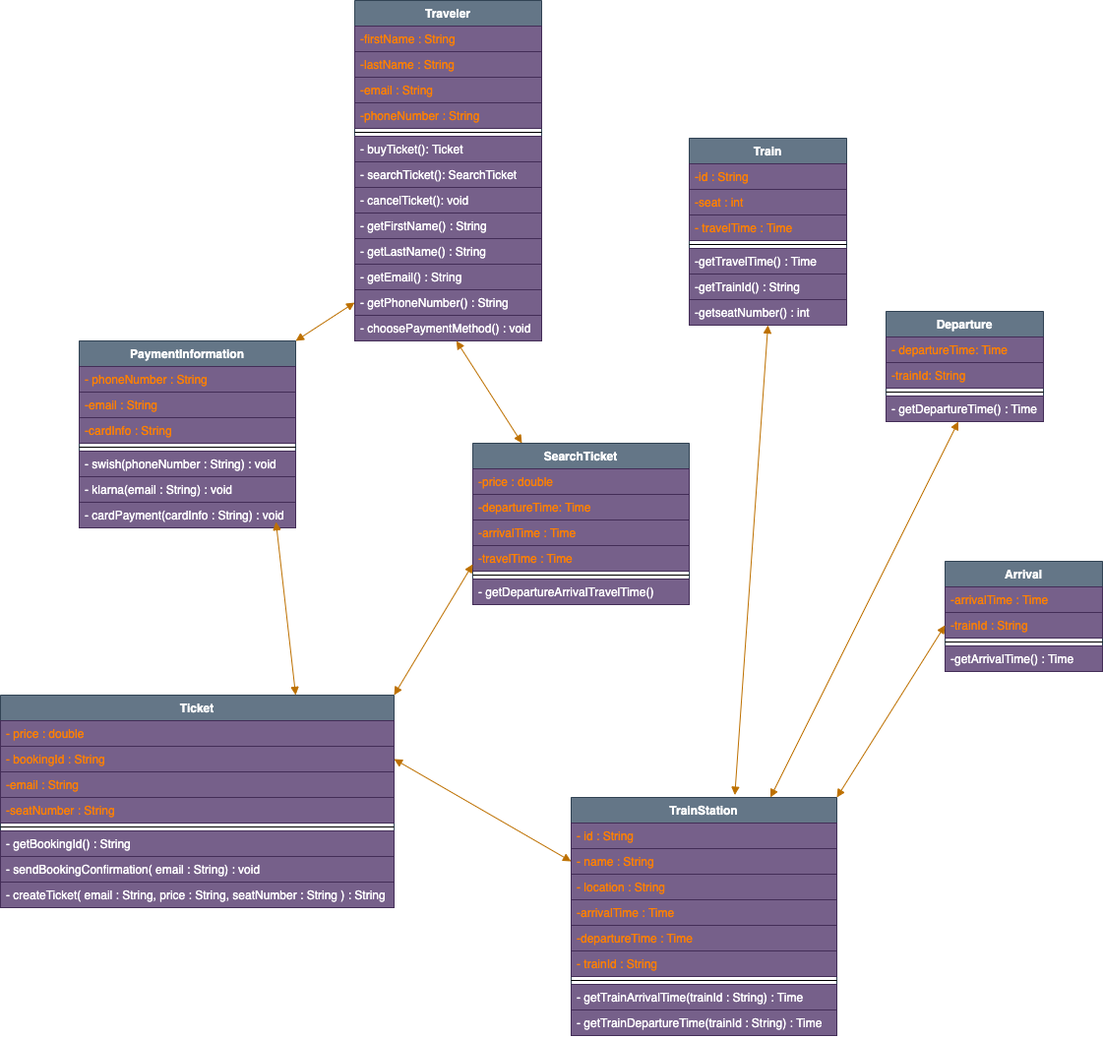
This is UMLdiagramTH2103G3.drawio.png from Sena-AH/TH2103-G3-ExpressTrain, a draw.io export, as it was before one commit. Source tidied: cells renumbered, new cells last; positions are measured from the earlier drawing's top-left corner, leaving out a move shared by most shapes.
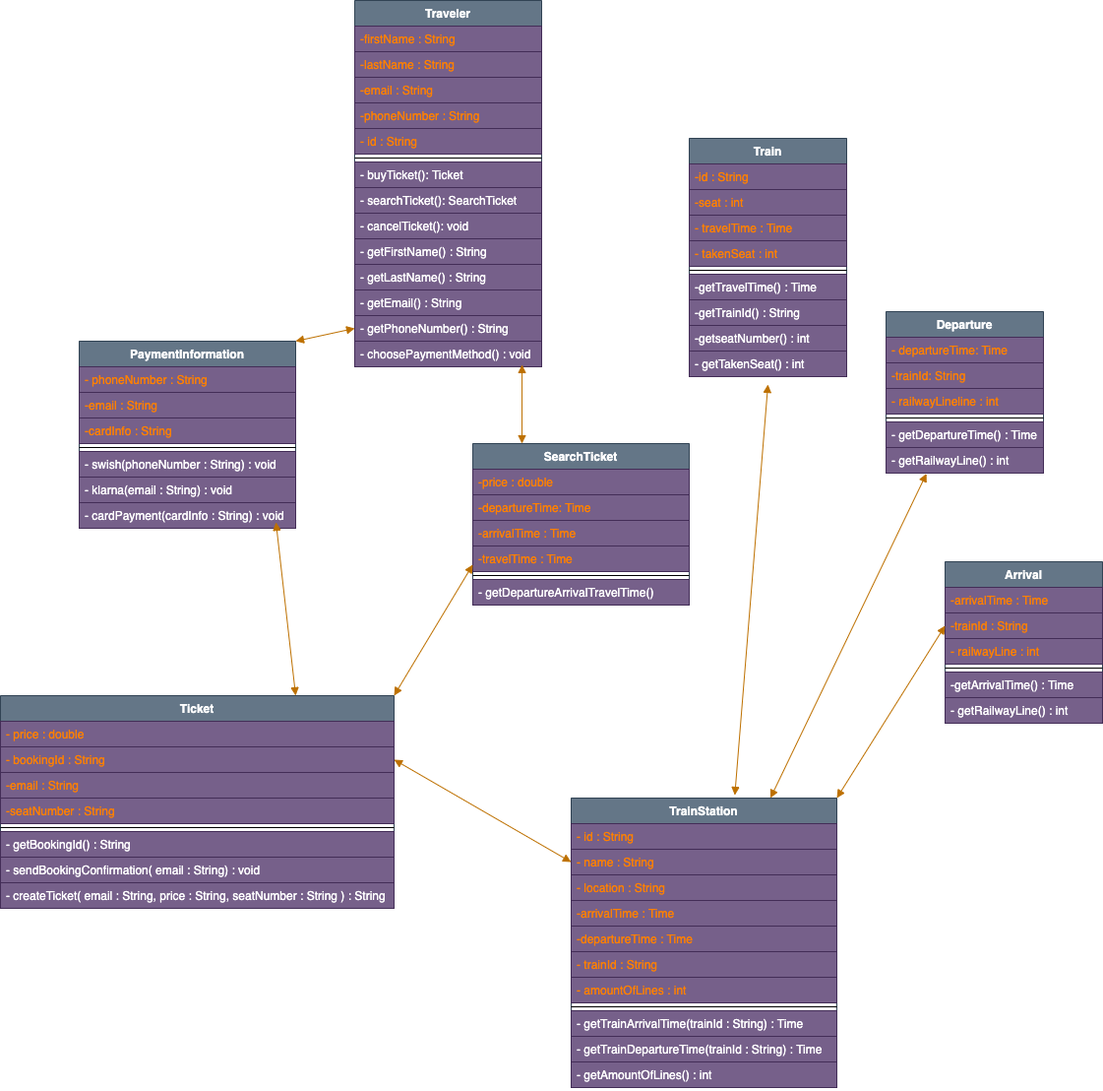
The same file after the commit.

Commit message:
Co-coding: updated diagrams

Diff of the diagram source:
```diff
@@ -3,7 +3,7 @@
     <mxCell id="0" />
     <mxCell id="1" parent="0" />
     <mxCell id="2" value="Traveler" style="swimlane;fontStyle=1;align=center;verticalAlign=top;horizontal=1;startSize=26;fillColor=#647687;strokeColor=#314354;fontColor=#ffffff;" parent="1" vertex="1">
-      <mxGeometry x="360" width="190" height="346" as="geometry" />
+      <mxGeometry x="360" width="190" height="372" as="geometry" />
     </mxCell>
     <mxCell id="3" value="-firstName : String" style="text;strokeColor=#432D57;fillColor=#76608a;align=left;verticalAlign=top;spacingLeft=4;spacingRight=4;overflow=hidden;fontColor=#FF8000;" parent="2" vertex="1">
       <mxGeometry y="26" width="190" height="26" as="geometry" />
@@ -17,35 +17,38 @@
     <mxCell id="6" value="-phoneNumber : String" style="text;strokeColor=#432D57;fillColor=#76608a;align=left;verticalAlign=top;spacingLeft=4;spacingRight=4;overflow=hidden;fontColor=#FF8000;" parent="2" vertex="1">
       <mxGeometry y="104" width="190" height="26" as="geometry" />
     </mxCell>
+    <mxCell id="76" value="- id : String" style="text;strokeColor=#432D57;fillColor=#76608a;align=left;verticalAlign=top;spacingLeft=4;spacingRight=4;overflow=hidden;fontColor=#FF8000;" parent="2" vertex="1">
+      <mxGeometry y="130" width="190" height="26" as="geometry" />
+    </mxCell>
     <mxCell id="7" style="line;strokeWidth=1;fillColor=none;align=left;verticalAlign=middle;spacingTop=-1;spacingLeft=3;spacingRight=3;labelPosition=right;" parent="2" vertex="1">
-      <mxGeometry y="130" width="190" height="8" as="geometry" />
+      <mxGeometry y="156" width="190" height="8" as="geometry" />
     </mxCell>
     <mxCell id="8" value="- buyTicket(): Ticket" style="text;strokeColor=#432D57;fillColor=#76608a;align=left;verticalAlign=top;spacingLeft=4;spacingRight=4;overflow=hidden;fontColor=#ffffff;" parent="2" vertex="1">
-      <mxGeometry y="138" width="190" height="26" as="geometry" />
+      <mxGeometry y="164" width="190" height="26" as="geometry" />
     </mxCell>
     <mxCell id="9" value="- searchTicket(): SearchTicket" style="text;strokeColor=#432D57;fillColor=#76608a;align=left;verticalAlign=top;spacingLeft=4;spacingRight=4;overflow=hidden;fontColor=#ffffff;" parent="2" vertex="1">
-      <mxGeometry y="164" width="190" height="26" as="geometry" />
+      <mxGeometry y="190" width="190" height="26" as="geometry" />
     </mxCell>
     <mxCell id="10" value="- cancelTicket(): void" style="text;strokeColor=#432D57;fillColor=#76608a;align=left;verticalAlign=top;spacingLeft=4;spacingRight=4;overflow=hidden;fontColor=#ffffff;" parent="2" vertex="1">
-      <mxGeometry y="190" width="190" height="26" as="geometry" />
+      <mxGeometry y="216" width="190" height="26" as="geometry" />
     </mxCell>
     <mxCell id="11" value="- getFirstName() : String" style="text;strokeColor=#432D57;fillColor=#76608a;align=left;verticalAlign=top;spacingLeft=4;spacingRight=4;overflow=hidden;fontColor=#ffffff;" parent="2" vertex="1">
-      <mxGeometry y="216" width="190" height="26" as="geometry" />
+      <mxGeometry y="242" width="190" height="26" as="geometry" />
     </mxCell>
     <mxCell id="12" value="- getLastName() : String" style="text;strokeColor=#432D57;fillColor=#76608a;align=left;verticalAlign=top;spacingLeft=4;spacingRight=4;overflow=hidden;fontColor=#ffffff;" parent="2" vertex="1">
-      <mxGeometry y="242" width="190" height="26" as="geometry" />
+      <mxGeometry y="268" width="190" height="26" as="geometry" />
     </mxCell>
     <mxCell id="13" value="- getEmail() : String" style="text;strokeColor=#432D57;fillColor=#76608a;align=left;verticalAlign=top;spacingLeft=4;spacingRight=4;overflow=hidden;fontColor=#ffffff;" parent="2" vertex="1">
-      <mxGeometry y="268" width="190" height="26" as="geometry" />
+      <mxGeometry y="294" width="190" height="26" as="geometry" />
     </mxCell>
     <mxCell id="14" value="- getPhoneNumber() : String" style="text;strokeColor=#432D57;fillColor=#76608a;align=left;verticalAlign=top;spacingLeft=4;spacingRight=4;overflow=hidden;points=[[0,0.5],[1,0.5]];portConstraint=eastwest;fontColor=#ffffff;" parent="2" vertex="1">
-      <mxGeometry y="294" width="190" height="26" as="geometry" />
+      <mxGeometry y="320" width="190" height="26" as="geometry" />
     </mxCell>
     <mxCell id="15" value="- choosePaymentMethod() : void" style="text;strokeColor=#432D57;fillColor=#76608a;align=left;verticalAlign=top;spacingLeft=4;spacingRight=4;overflow=hidden;points=[[0,0.5],[1,0.5]];portConstraint=eastwest;fontColor=#ffffff;" parent="2" vertex="1">
-      <mxGeometry y="320" width="190" height="26" as="geometry" />
+      <mxGeometry y="346" width="190" height="26" as="geometry" />
     </mxCell>
     <mxCell id="16" value="Train&#10;" style="swimlane;fontStyle=1;align=center;verticalAlign=top;horizontal=1;startSize=26;fillColor=#647687;strokeColor=#314354;fontColor=#ffffff;" parent="1" vertex="1">
-      <mxGeometry x="700" y="140" width="160" height="190" as="geometry" />
+      <mxGeometry x="700" y="140" width="160" height="242" as="geometry" />
     </mxCell>
     <mxCell id="17" value="-id : String" style="text;strokeColor=#432D57;fillColor=#76608a;align=left;verticalAlign=top;spacingLeft=4;spacingRight=4;overflow=hidden;fontColor=#FF8000;" parent="16" vertex="1">
       <mxGeometry y="26" width="160" height="26" as="geometry" />
@@ -56,20 +59,26 @@
     <mxCell id="19" value="- travelTime : Time" style="text;strokeColor=#432D57;fillColor=#76608a;align=left;verticalAlign=top;spacingLeft=4;spacingRight=4;overflow=hidden;fontColor=#FF8000;" parent="16" vertex="1">
       <mxGeometry y="78" width="160" height="26" as="geometry" />
     </mxCell>
+    <mxCell id="77" value="- takenSeat : int" style="text;strokeColor=#432D57;fillColor=#76608a;align=left;verticalAlign=top;spacingLeft=4;spacingRight=4;overflow=hidden;fontColor=#FF8000;" parent="16" vertex="1">
+      <mxGeometry y="104" width="160" height="26" as="geometry" />
+    </mxCell>
     <mxCell id="20" style="line;strokeWidth=1;fillColor=none;align=left;verticalAlign=middle;spacingTop=-1;spacingLeft=3;spacingRight=3;labelPosition=right;" parent="16" vertex="1">
-      <mxGeometry y="104" width="160" height="8" as="geometry" />
+      <mxGeometry y="130" width="160" height="8" as="geometry" />
     </mxCell>
     <mxCell id="21" value="-getTravelTime() : Time" style="text;strokeColor=#432D57;fillColor=#76608a;align=left;verticalAlign=top;spacingLeft=4;spacingRight=4;overflow=hidden;fontColor=#ffffff;" parent="16" vertex="1">
-      <mxGeometry y="112" width="160" height="26" as="geometry" />
+      <mxGeometry y="138" width="160" height="26" as="geometry" />
     </mxCell>
     <mxCell id="22" value="-getTrainId() : String" style="text;strokeColor=#432D57;fillColor=#76608a;align=left;verticalAlign=top;spacingLeft=4;spacingRight=4;overflow=hidden;fontColor=#ffffff;" parent="16" vertex="1">
-      <mxGeometry y="138" width="160" height="26" as="geometry" />
+      <mxGeometry y="164" width="160" height="26" as="geometry" />
     </mxCell>
+    <mxCell id="78" value="-getseatNumber() : int" style="text;strokeColor=#432D57;fillColor=#76608a;align=left;verticalAlign=top;spacingLeft=4;spacingRight=4;overflow=hidden;fontColor=#ffffff;" parent="16" vertex="1">
+      <mxGeometry y="190" width="160" height="26" as="geometry" />
+    </mxCell>
-    <mxCell id="23" value="-getseatNumber() : int" style="text;strokeColor=#432D57;fillColor=#76608a;align=left;verticalAlign=top;spacingLeft=4;spacingRight=4;overflow=hidden;fontColor=#ffffff;" parent="16" vertex="1">
-      <mxGeometry y="164" width="160" height="26" as="geometry" />
+    <mxCell id="23" value="- getTakenSeat() : int" style="text;strokeColor=#432D57;fillColor=#76608a;align=left;verticalAlign=top;spacingLeft=4;spacingRight=4;overflow=hidden;fontColor=#ffffff;" parent="16" vertex="1">
+      <mxGeometry y="216" width="160" height="26" as="geometry" />
     </mxCell>
     <mxCell id="24" value="Arrival" style="swimlane;fontStyle=1;align=center;verticalAlign=top;horizontal=1;startSize=26;fillColor=#647687;strokeColor=#314354;fontColor=#ffffff;" parent="1" vertex="1">
-      <mxGeometry x="960" y="570" width="160" height="112" as="geometry" />
+      <mxGeometry x="960" y="570" width="160" height="164" as="geometry" />
     </mxCell>
     <mxCell id="25" value="-arrivalTime : Time" style="text;strokeColor=#432D57;fillColor=#76608a;align=left;verticalAlign=top;spacingLeft=4;spacingRight=4;overflow=hidden;fontColor=#FF8000;" parent="24" vertex="1">
       <mxGeometry y="26" width="160" height="26" as="geometry" />
@@ -77,14 +86,20 @@
     <mxCell id="26" value="-trainId : String" style="text;strokeColor=#432D57;fillColor=#76608a;align=left;verticalAlign=top;spacingLeft=4;spacingRight=4;overflow=hidden;points=[[0,0.5],[1,0.5]];portConstraint=eastwest;fontColor=#FF8000;" parent="24" vertex="1">
       <mxGeometry y="52" width="160" height="26" as="geometry" />
     </mxCell>
+    <mxCell id="79" value="- railwayLine : int" style="text;strokeColor=#432D57;fillColor=#76608a;align=left;verticalAlign=top;spacingLeft=4;spacingRight=4;overflow=hidden;fontColor=#FF8000;" parent="24" vertex="1">
+      <mxGeometry y="78" width="160" height="26" as="geometry" />
+    </mxCell>
     <mxCell id="27" style="line;strokeWidth=1;fillColor=none;align=left;verticalAlign=middle;spacingTop=-1;spacingLeft=3;spacingRight=3;labelPosition=right;" parent="24" vertex="1">
-      <mxGeometry y="78" width="160" height="8" as="geometry" />
+      <mxGeometry y="104" width="160" height="8" as="geometry" />
     </mxCell>
     <mxCell id="28" value="-getArrivalTime() : Time" style="text;strokeColor=#432D57;fillColor=#76608a;align=left;verticalAlign=top;spacingLeft=4;spacingRight=4;overflow=hidden;fontColor=#ffffff;" parent="24" vertex="1">
-      <mxGeometry y="86" width="160" height="26" as="geometry" />
+      <mxGeometry y="112" width="160" height="26" as="geometry" />
     </mxCell>
+    <mxCell id="80" value="- getRailwayLine() : int" style="text;strokeColor=#432D57;fillColor=#76608a;align=left;verticalAlign=top;spacingLeft=4;spacingRight=4;overflow=hidden;fontColor=#ffffff;" parent="24" vertex="1">
+      <mxGeometry y="138" width="160" height="26" as="geometry" />
+    </mxCell>
     <mxCell id="29" value="Departure" style="swimlane;fontStyle=1;align=center;verticalAlign=top;horizontal=1;startSize=26;fillColor=#647687;strokeColor=#314354;fontColor=#ffffff;" parent="1" vertex="1">
-      <mxGeometry x="900" y="316" width="160" height="112" as="geometry" />
+      <mxGeometry x="900" y="316" width="160" height="164" as="geometry" />
     </mxCell>
     <mxCell id="30" value="- departureTime: Time&#10;" style="text;strokeColor=#432D57;fillColor=#76608a;align=left;verticalAlign=top;spacingLeft=4;spacingRight=4;overflow=hidden;fontColor=#FF8000;" parent="29" vertex="1">
       <mxGeometry y="26" width="160" height="26" as="geometry" />
@@ -92,14 +107,20 @@
     <mxCell id="31" value="-trainId: String" style="text;strokeColor=#432D57;fillColor=#76608a;align=left;verticalAlign=top;spacingLeft=4;spacingRight=4;overflow=hidden;fontColor=#FF8000;" parent="29" vertex="1">
       <mxGeometry y="52" width="160" height="26" as="geometry" />
     </mxCell>
+    <mxCell id="81" value="- railwayLineline : int" style="text;strokeColor=#432D57;fillColor=#76608a;align=left;verticalAlign=top;spacingLeft=4;spacingRight=4;overflow=hidden;fontColor=#FF8000;" parent="29" vertex="1">
+      <mxGeometry y="78" width="160" height="26" as="geometry" />
+    </mxCell>
     <mxCell id="32" style="line;strokeWidth=1;fillColor=none;align=left;verticalAlign=middle;spacingTop=-1;spacingLeft=3;spacingRight=3;labelPosition=right;" parent="29" vertex="1">
-      <mxGeometry y="78" width="160" height="8" as="geometry" />
+      <mxGeometry y="104" width="160" height="8" as="geometry" />
     </mxCell>
     <mxCell id="33" value="- getDepartureTime() : Time" style="text;strokeColor=#432D57;fillColor=#76608a;align=left;verticalAlign=top;spacingLeft=4;spacingRight=4;overflow=hidden;points=[[0,0.5],[1,0.5]];portConstraint=eastwest;fontColor=#ffffff;" parent="29" vertex="1">
-      <mxGeometry y="86" width="160" height="26" as="geometry" />
+      <mxGeometry y="112" width="160" height="26" as="geometry" />
     </mxCell>
+    <mxCell id="82" value="- getRailwayLine() : int" style="text;strokeColor=#432D57;fillColor=#76608a;align=left;verticalAlign=top;spacingLeft=4;spacingRight=4;overflow=hidden;points=[[0,0.5],[1,0.5]];portConstraint=eastwest;fontColor=#ffffff;" parent="29" vertex="1">
+      <mxGeometry y="138" width="160" height="26" as="geometry" />
+    </mxCell>
     <mxCell id="34" value="TrainStation" style="swimlane;fontStyle=1;align=center;verticalAlign=top;horizontal=1;startSize=26;fillColor=#647687;strokeColor=#314354;fontColor=#ffffff;" parent="1" vertex="1">
-      <mxGeometry x="580" y="810" width="270" height="242" as="geometry" />
+      <mxGeometry x="580" y="810" width="270" height="294" as="geometry" />
     </mxCell>
     <mxCell id="35" value="- id : String" style="text;strokeColor=#432D57;fillColor=#76608a;align=left;verticalAlign=top;spacingLeft=4;spacingRight=4;overflow=hidden;fontColor=#FF8000;" parent="34" vertex="1">
       <mxGeometry y="26" width="270" height="26" as="geometry" />
@@ -119,15 +140,21 @@
     <mxCell id="40" value="- trainId : String" style="text;strokeColor=#432D57;fillColor=#76608a;align=left;verticalAlign=top;spacingLeft=4;spacingRight=4;overflow=hidden;fontColor=#FF8000;" parent="34" vertex="1">
       <mxGeometry y="156" width="270" height="26" as="geometry" />
     </mxCell>
+    <mxCell id="83" value="- amountOfLines : int" style="text;strokeColor=#432D57;fillColor=#76608a;align=left;verticalAlign=top;spacingLeft=4;spacingRight=4;overflow=hidden;fontColor=#FF8000;" parent="34" vertex="1">
+      <mxGeometry y="182" width="270" height="26" as="geometry" />
+    </mxCell>
     <mxCell id="41" style="line;strokeWidth=1;fillColor=none;align=left;verticalAlign=middle;spacingTop=-1;spacingLeft=3;spacingRight=3;labelPosition=right;" parent="34" vertex="1">
-      <mxGeometry y="182" width="270" height="8" as="geometry" />
+      <mxGeometry y="208" width="270" height="8" as="geometry" />
     </mxCell>
     <mxCell id="42" value="- getTrainArrivalTime(trainId : String) : Time" style="text;strokeColor=#432D57;fillColor=#76608a;align=left;verticalAlign=top;spacingLeft=4;spacingRight=4;overflow=hidden;fontColor=#ffffff;" parent="34" vertex="1">
-      <mxGeometry y="190" width="270" height="26" as="geometry" />
+      <mxGeometry y="216" width="270" height="26" as="geometry" />
     </mxCell>
     <mxCell id="43" value="- getTrainDepartureTime(trainId : String) : Time" style="text;strokeColor=#432D57;fillColor=#76608a;align=left;verticalAlign=top;spacingLeft=4;spacingRight=4;overflow=hidden;fontColor=#ffffff;" parent="34" vertex="1">
-      <mxGeometry y="216" width="270" height="26" as="geometry" />
+      <mxGeometry y="242" width="270" height="26" as="geometry" />
     </mxCell>
+    <mxCell id="84" value="- getAmountOfLines() : int" style="text;strokeColor=#432D57;fillColor=#76608a;align=left;verticalAlign=top;spacingLeft=4;spacingRight=4;overflow=hidden;fontColor=#ffffff;" parent="34" vertex="1">
+      <mxGeometry y="268" width="270" height="26" as="geometry" />
+    </mxCell>
     <mxCell id="44" value="Ticket" style="swimlane;fontStyle=1;align=center;verticalAlign=top;horizontal=1;startSize=26;fillColor=#647687;strokeColor=#314354;fontColor=#ffffff;" parent="1" vertex="1">
       <mxGeometry y="706" width="400" height="216" as="geometry" />
     </mxCell>
@@ -200,7 +227,7 @@
     <mxCell id="67" value="- getDepartureArrivalTravelTime()" style="text;strokeColor=#432D57;fillColor=#76608a;align=left;verticalAlign=top;spacingLeft=4;spacingRight=4;overflow=hidden;fontColor=#ffffff;" parent="61" vertex="1">
       <mxGeometry y="138" width="220" height="26" as="geometry" />
     </mxCell>
-    <mxCell id="68" style="endArrow=block;startArrow=block;endFill=1;startFill=1;html=1;fontColor=#FF8000;fillColor=#f0a30a;strokeColor=#BD7000;" parent="1" edge="1" source="15">
+    <mxCell id="68" style="endArrow=block;startArrow=block;endFill=1;startFill=1;html=1;fontColor=#FF8000;fillColor=#f0a30a;strokeColor=#BD7000;exitX=0.895;exitY=0.921;exitDx=0;exitDy=0;exitPerimeter=0;" parent="1" edge="1" source="15">
       <mxGeometry relative="1" as="geometry">
         <mxPoint x="530" y="450" as="targetPoint" />
       </mxGeometry>
@@ -220,11 +247,13 @@
     <mxCell id="73" style="endArrow=block;startArrow=block;endFill=1;startFill=1;html=1;fontColor=#FF8000;fillColor=#f0a30a;strokeColor=#BD7000;entryX=0;entryY=0.5;entryDx=0;entryDy=0;exitX=1;exitY=0;exitDx=0;exitDy=0;" parent="1" edge="1" source="34" target="26">
       <mxGeometry relative="1" as="geometry" />
     </mxCell>
-    <mxCell id="74" style="endArrow=block;startArrow=block;endFill=1;startFill=1;html=1;fontColor=#FF8000;fillColor=#f0a30a;strokeColor=#BD7000;exitX=0.75;exitY=0;exitDx=0;exitDy=0;" parent="1" edge="1" source="34" target="33">
+    <mxCell id="74" style="endArrow=block;startArrow=block;endFill=1;startFill=1;html=1;fontColor=#FF8000;fillColor=#f0a30a;strokeColor=#BD7000;exitX=0.75;exitY=0;exitDx=0;exitDy=0;entryX=0.257;entryY=1.02;entryDx=0;entryDy=0;entryPerimeter=0;" parent="1" edge="1" source="34" target="82">
       <mxGeometry relative="1" as="geometry" />
     </mxCell>
-    <mxCell id="75" style="endArrow=block;startArrow=block;endFill=1;startFill=1;html=1;fontColor=#FF8000;fillColor=#f0a30a;strokeColor=#BD7000;exitX=0.616;exitY=-0.01;exitDx=0;exitDy=0;entryX=0.5;entryY=1;entryDx=0;entryDy=0;exitPerimeter=0;" parent="1" edge="1" source="34" target="16">
-      <mxGeometry relative="1" as="geometry" />
+    <mxCell id="75" style="endArrow=block;startArrow=block;endFill=1;startFill=1;html=1;fontColor=#FF8000;fillColor=#f0a30a;strokeColor=#BD7000;exitX=0.616;exitY=-0.01;exitDx=0;exitDy=0;exitPerimeter=0;" parent="1" edge="1" source="34">
+      <mxGeometry relative="1" as="geometry">
+        <mxPoint x="780" y="390" as="targetPoint" />
+      </mxGeometry>
     </mxCell>
   </root>
 </mxGraphModel>
```
